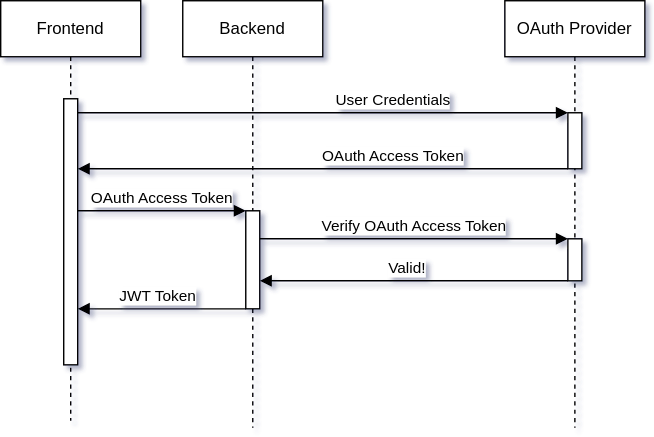
The draw.io diagram docs/OAuth Authentication Sequence.drawio.svg in oukhali99/JWT-OAuth2-Spring-Boot-React, before a commit. Source tidied: cells renumbered, new cells last; positions are measured from the earlier drawing's top-left corner, leaving out a move shared by most shapes.
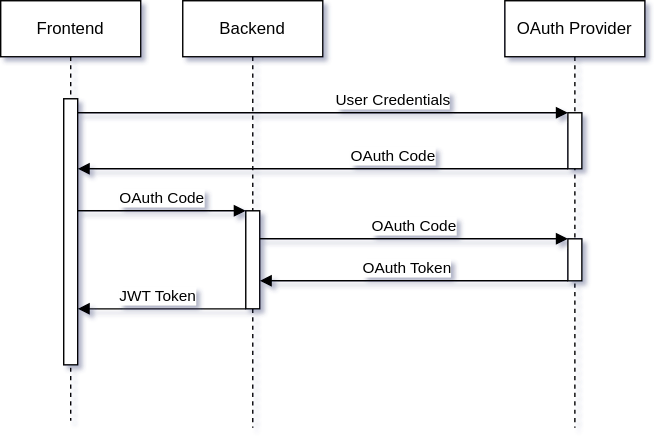
After the change.

What changed in the source:
```diff
@@ -24,7 +24,7 @@
         </Array>
       </mxGeometry>
     </mxCell>
-    <mxCell id="8" value="OAuth Access Token" style="html=1;verticalAlign=bottom;endArrow=block;edgeStyle=elbowEdgeStyle;elbow=vertical;curved=0;rounded=0;" parent="1" edge="1" source="5" target="3">
+    <mxCell id="8" value="OAuth Code" style="html=1;verticalAlign=bottom;endArrow=block;edgeStyle=elbowEdgeStyle;elbow=vertical;curved=0;rounded=0;" parent="1" edge="1" source="5" target="3">
       <mxGeometry x="-0.29" relative="1" as="geometry">
         <Array as="points">
           <mxPoint x="150" y="120" />
@@ -37,7 +37,7 @@
     <mxCell id="10" style="html=1;points=[];perimeter=orthogonalPerimeter;outlineConnect=0;targetShapes=umlLifeline;portConstraint=eastwest;newEdgeStyle={&quot;edgeStyle&quot;:&quot;elbowEdgeStyle&quot;,&quot;elbow&quot;:&quot;vertical&quot;,&quot;curved&quot;:0,&quot;rounded&quot;:0};" parent="9" vertex="1">
       <mxGeometry x="45" y="150" width="10" height="70" as="geometry" />
     </mxCell>
-    <mxCell id="11" value="OAuth Access Token" style="html=1;verticalAlign=bottom;endArrow=block;edgeStyle=elbowEdgeStyle;elbow=vertical;curved=0;rounded=0;" parent="1" edge="1" source="3" target="10">
+    <mxCell id="11" value="OAuth Code" style="html=1;verticalAlign=bottom;endArrow=block;edgeStyle=elbowEdgeStyle;elbow=vertical;curved=0;rounded=0;" parent="1" edge="1" source="3" target="10">
       <mxGeometry relative="1" as="geometry">
         <Array as="points">
           <mxPoint x="90" y="150" />
@@ -45,7 +45,7 @@
         </Array>
       </mxGeometry>
     </mxCell>
-    <mxCell id="12" value="Verify OAuth Access Token" style="html=1;verticalAlign=bottom;endArrow=block;edgeStyle=elbowEdgeStyle;elbow=vertical;curved=0;rounded=0;" parent="1" edge="1" source="10" target="6">
+    <mxCell id="12" value="OAuth Code" style="html=1;verticalAlign=bottom;endArrow=block;edgeStyle=elbowEdgeStyle;elbow=vertical;curved=0;rounded=0;" parent="1" edge="1" source="10" target="6">
       <mxGeometry relative="1" as="geometry">
         <Array as="points">
           <mxPoint x="235" y="170" />
@@ -53,7 +53,7 @@
         </Array>
       </mxGeometry>
     </mxCell>
-    <mxCell id="13" value="Valid!" style="html=1;verticalAlign=bottom;endArrow=block;edgeStyle=elbowEdgeStyle;elbow=vertical;curved=0;rounded=0;" parent="1" edge="1" source="6" target="10">
+    <mxCell id="13" value="OAuth Token" style="html=1;verticalAlign=bottom;endArrow=block;edgeStyle=elbowEdgeStyle;elbow=vertical;curved=0;rounded=0;" parent="1" edge="1" source="6" target="10">
       <mxGeometry x="0.05" relative="1" as="geometry">
         <Array as="points">
           <mxPoint x="250" y="200" />
```
